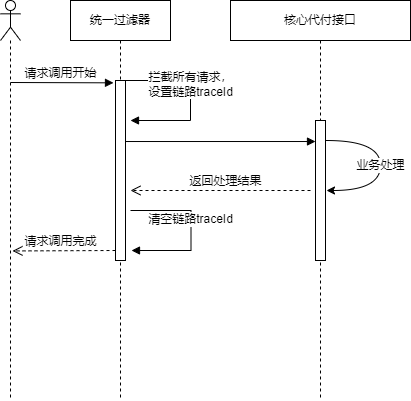
songyibo2019/mydiagrams keeps this draw.io diagram as 链路追踪traceId填充流程图.png. Above is the earlier version. Source tidied: cells renumbered, new cells last; positions are measured from the earlier drawing's top-left corner, leaving out a move shared by most shapes.
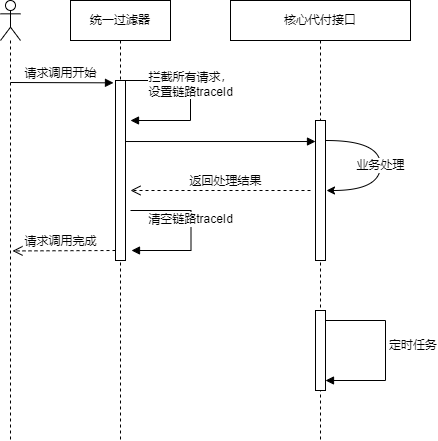
Above is the later version.

Commit message:
Update 链路追踪traceId填充流程图.png

What changed in the source:
```diff
@@ -3,7 +3,7 @@
     <mxCell id="0" />
     <mxCell id="1" parent="0" />
     <mxCell id="2" style="shape=umlLifeline;participant=umlActor;perimeter=lifelinePerimeter;whiteSpace=wrap;html=1;verticalAlign=top;spacingTop=36;" parent="1" vertex="1">
-      <mxGeometry width="20" height="400" as="geometry" />
+      <mxGeometry width="20" height="440" as="geometry" />
     </mxCell>
     <mxCell id="3" value="请求调用开始" style="html=1;verticalAlign=bottom;endArrow=block;rounded=0;entryX=-0.2;entryY=0.013;entryDx=0;entryDy=0;entryPerimeter=0;" parent="2" edge="1" target="5">
       <mxGeometry x="-0.03" relative="1" as="geometry">
@@ -11,7 +11,7 @@
       </mxGeometry>
     </mxCell>
     <mxCell id="4" value="统一过滤器" style="shape=umlLifeline;perimeter=lifelinePerimeter;whiteSpace=wrap;html=1;outlineConnect=0;" parent="1" vertex="1">
-      <mxGeometry x="70" width="100" height="400" as="geometry" />
+      <mxGeometry x="70" width="100" height="440" as="geometry" />
     </mxCell>
     <mxCell id="5" style="html=1;points=[];perimeter=orthogonalPerimeter;" parent="4" vertex="1">
       <mxGeometry x="45" y="80" width="10" height="180" as="geometry" />
@@ -37,7 +37,7 @@
       </mxGeometry>
     </mxCell>
     <mxCell id="9" value="核心代付接口" style="shape=umlLifeline;perimeter=lifelinePerimeter;whiteSpace=wrap;html=1;" parent="1" vertex="1">
-      <mxGeometry x="230" width="180" height="400" as="geometry" />
+      <mxGeometry x="230" width="180" height="440" as="geometry" />
     </mxCell>
     <mxCell id="10" style="html=1;points=[];perimeter=orthogonalPerimeter;" parent="9" vertex="1">
       <mxGeometry x="85" y="120" width="10" height="140" as="geometry" />
@@ -50,6 +50,18 @@
         </Array>
       </mxGeometry>
     </mxCell>
+    <mxCell id="16" value="定时任务" style="edgeStyle=orthogonalEdgeStyle;html=1;align=left;spacingLeft=2;endArrow=block;rounded=0;exitX=1;exitY=0;exitDx=0;exitDy=0;exitPerimeter=0;" parent="9" edge="1" source="17">
+      <mxGeometry relative="1" as="geometry">
+        <mxPoint x="95" y="380" as="targetPoint" />
+        <Array as="points">
+          <mxPoint x="155" y="320" />
+          <mxPoint x="155" y="380" />
+        </Array>
+      </mxGeometry>
+    </mxCell>
+    <mxCell id="17" style="html=1;points=[];perimeter=orthogonalPerimeter;" parent="9" vertex="1">
+      <mxGeometry x="85" y="310" width="10" height="80" as="geometry" />
+    </mxCell>
     <mxCell id="12" style="html=1;verticalAlign=bottom;endArrow=block;rounded=0;exitX=1;exitY=0.339;exitDx=0;exitDy=0;exitPerimeter=0;" parent="1" edge="1" source="5" target="10">
       <mxGeometry x="0.18" y="-69" relative="1" as="geometry" />
     </mxCell>
```
